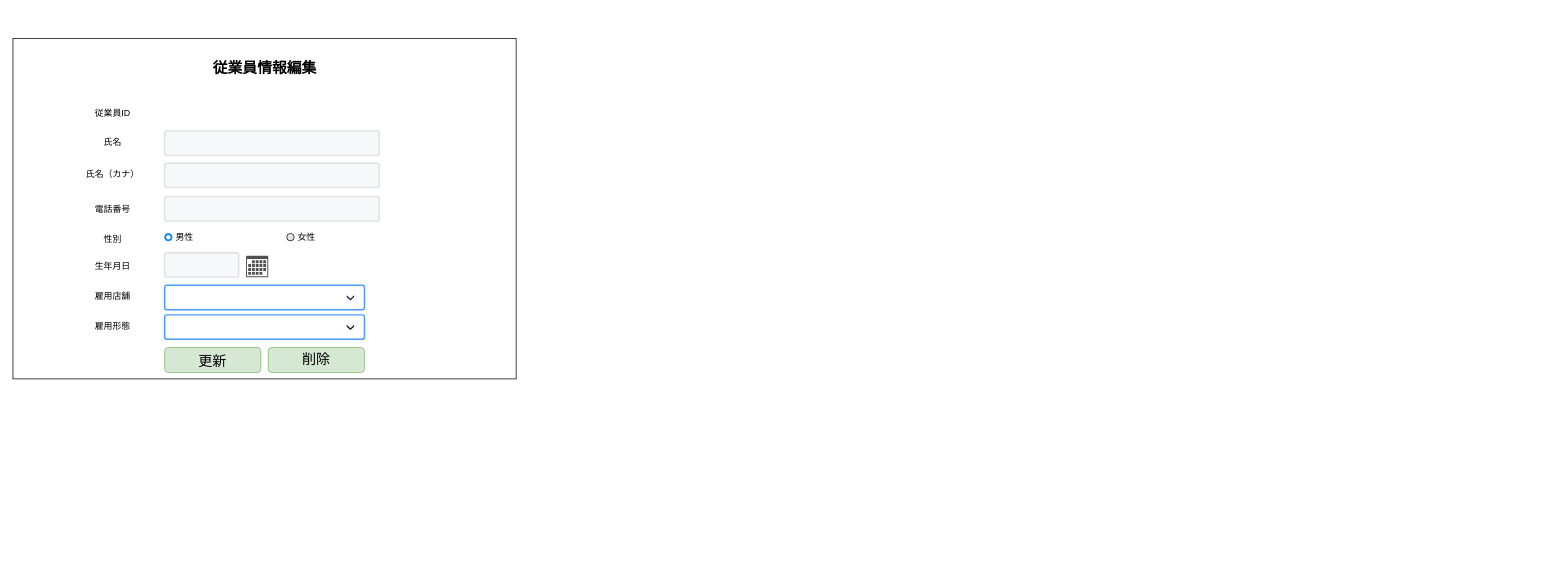
The draw.io diagram page "S01-04 従業員編集" (4 of 5) of 各種設計書/6.画面設計書/S01_従業員マスタ.drawio in HaruShim/Sotuken, before the edit. Source tidied: cells renumbered, new cells numbered last; positions are measured from the earlier drawing's top-left corner, leaving out a move shared by most shapes. Both pictures are drawn from the tidied source at 74%, with x=0, y=0 at pixel (13, 38).
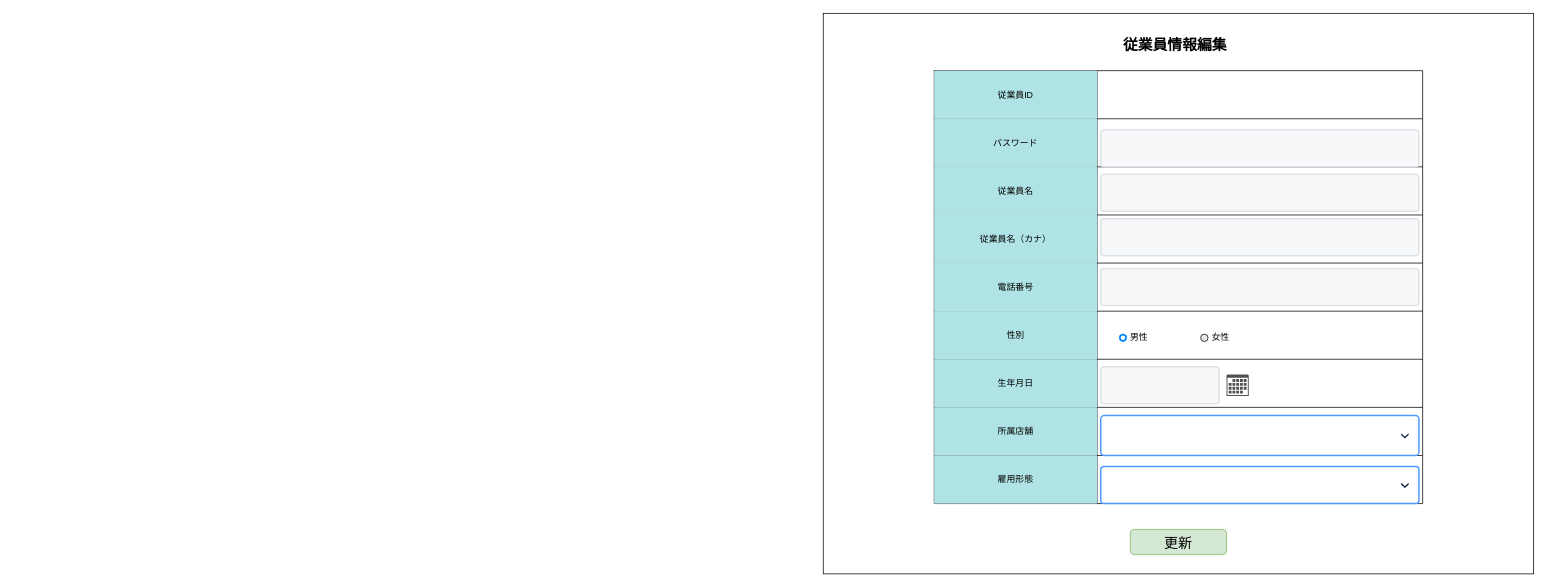
After the change.

Change to the diagram source:
```diff
@@
-    <mxCell id="2" style="rounded=0;whiteSpace=wrap;html=1;" parent="1" vertex="1">
-      <mxGeometry y="0.5" width="680" height="460" as="geometry" />
-    </mxCell>
+    <mxCell id="27" style="rounded=0;whiteSpace=wrap;html=1;" parent="1" vertex="1">
+      <mxGeometry x="1095" y="-33.5" width="960" height="757.5" as="geometry" />
+    </mxCell>
     <mxCell id="3" value="従業員情報編集" style="text;html=1;strokeColor=none;fillColor=none;align=center;verticalAlign=middle;whiteSpace=wrap;rounded=0;fontColor=default;fontStyle=1;fontSize=20;" parent="1" vertex="1">
-      <mxGeometry x="267.5" y="14" width="145" height="50" as="geometry" />
+      <mxGeometry x="1488.8" y="-16" width="162.5" height="50" as="geometry" />
     </mxCell>
+    <mxCell id="23" value="&lt;span style=&quot;font-size: 27px&quot;&gt;&lt;span style=&quot;font-size: 19px&quot;&gt;更新&lt;/span&gt;&lt;/span&gt;" style="rounded=1;whiteSpace=wrap;html=1;align=center;labelBackgroundColor=none;fillColor=#d5e8d4;strokeColor=#82b366;" parent="1" vertex="1">
+      <mxGeometry x="1510" y="664" width="130" height="34" as="geometry" />
+    </mxCell>
+    <mxCell id="28" style="shape=table;startSize=0;childLayout=tableLayout;" parent="1" vertex="1">
+      <mxGeometry x="1245" y="44" width="660" height="585" as="geometry" />
+    </mxCell>
+    <mxCell id="29" style="shape=partialRectangle;fillColor=none;top=0;left=0;bottom=0;right=0;" parent="28" vertex="1">
+      <mxGeometry width="660" height="65" as="geometry" />
+    </mxCell>
-    <mxCell id="4" value="従業員ID" style="text;html=1;strokeColor=none;fillColor=none;align=center;verticalAlign=middle;whiteSpace=wrap;rounded=0;" parent="1" vertex="1">
-      <mxGeometry x="105" y="87" width="60" height="30" as="geometry" />
+    <mxCell id="4" value="従業員ID" style="shape=partialRectangle;html=1;whiteSpace=wrap;overflow=hidden;fillColor=#b0e3e6;top=0;left=0;bottom=0;right=0;strokeColor=#0e8088;" parent="29" vertex="1">
+      <mxGeometry width="220" height="65" as="geometry" />
     </mxCell>
-    <mxCell id="5" value="氏名" style="text;html=1;strokeColor=none;fillColor=none;align=center;verticalAlign=middle;whiteSpace=wrap;rounded=0;" parent="1" vertex="1">
-      <mxGeometry x="105" y="125.5" width="60" height="30" as="geometry" />
-    </mxCell>
-    <mxCell id="6" style="rounded=1;arcSize=9;fillColor=#F7F8F9;align=left;spacingLeft=5;strokeColor=#DEE1E6;html=1;strokeWidth=2;fontSize=12;" parent="1" vertex="1">
-      <mxGeometry x="205" y="125.5" width="290" height="33" as="geometry" />
-    </mxCell>
-    <mxCell id="7" value="氏名（カナ）" style="text;html=1;strokeColor=none;fillColor=none;align=center;verticalAlign=middle;whiteSpace=wrap;rounded=0;" parent="1" vertex="1">
-      <mxGeometry x="85" y="169" width="100" height="30" as="geometry" />
-    </mxCell>
-    <mxCell id="8" style="rounded=1;arcSize=9;fillColor=#F7F8F9;align=left;spacingLeft=5;strokeColor=#DEE1E6;html=1;strokeWidth=2;fontSize=12;" parent="1" vertex="1">
-      <mxGeometry x="205" y="169" width="290" height="33" as="geometry" />
-    </mxCell>
+    <mxCell id="30" style="shape=partialRectangle;html=1;whiteSpace=wrap;overflow=hidden;fillColor=none;top=0;left=0;bottom=0;right=0;" parent="29" vertex="1">
+      <mxGeometry x="220" width="440" height="65" as="geometry" />
+    </mxCell>
+    <mxCell id="31" style="shape=partialRectangle;fillColor=none;top=0;left=0;bottom=0;right=0;" parent="28" vertex="1">
+      <mxGeometry y="65" width="660" height="65" as="geometry" />
+    </mxCell>
+    <mxCell id="32" value="パスワード" style="shape=partialRectangle;html=1;whiteSpace=wrap;overflow=hidden;fillColor=#b0e3e6;top=0;left=0;bottom=0;right=0;strokeColor=#0e8088;" parent="31" vertex="1">
+      <mxGeometry width="220" height="65" as="geometry" />
+    </mxCell>
+    <mxCell id="33" style="shape=partialRectangle;html=1;whiteSpace=wrap;overflow=hidden;fillColor=none;top=0;left=0;bottom=0;right=0;" parent="31" vertex="1">
+      <mxGeometry x="220" width="440" height="65" as="geometry" />
+    </mxCell>
+    <mxCell id="34" style="shape=partialRectangle;fillColor=none;top=0;left=0;bottom=0;right=0;" parent="28" vertex="1">
+      <mxGeometry y="130" width="660" height="65" as="geometry" />
+    </mxCell>
+    <mxCell id="35" value="従業員名" style="shape=partialRectangle;html=1;whiteSpace=wrap;overflow=hidden;fillColor=#b0e3e6;top=0;left=0;bottom=0;right=0;strokeColor=#0e8088;" parent="34" vertex="1">
+      <mxGeometry width="220" height="65" as="geometry" />
+    </mxCell>
+    <mxCell id="36" style="shape=partialRectangle;html=1;whiteSpace=wrap;overflow=hidden;fillColor=none;top=0;left=0;bottom=0;right=0;" parent="34" vertex="1">
+      <mxGeometry x="220" width="440" height="65" as="geometry" />
+    </mxCell>
+    <mxCell id="37" style="shape=partialRectangle;fillColor=none;top=0;left=0;bottom=0;right=0;" parent="28" vertex="1">
+      <mxGeometry y="195" width="660" height="65" as="geometry" />
+    </mxCell>
+    <mxCell id="38" value="従業員名（カナ）" style="shape=partialRectangle;html=1;whiteSpace=wrap;overflow=hidden;fillColor=#b0e3e6;top=0;left=0;bottom=0;right=0;strokeColor=#0e8088;" parent="37" vertex="1">
+      <mxGeometry width="220" height="65" as="geometry" />
+    </mxCell>
+    <mxCell id="39" style="shape=partialRectangle;html=1;whiteSpace=wrap;overflow=hidden;fillColor=none;top=0;left=0;bottom=0;right=0;" parent="37" vertex="1">
+      <mxGeometry x="220" width="440" height="65" as="geometry" />
+    </mxCell>
+    <mxCell id="40" style="shape=partialRectangle;fillColor=none;top=0;left=0;bottom=0;right=0;" parent="28" vertex="1">
+      <mxGeometry y="260" width="660" height="65" as="geometry" />
+    </mxCell>
-    <mxCell id="9" value="電話番号" style="text;html=1;strokeColor=none;fillColor=none;align=center;verticalAlign=middle;whiteSpace=wrap;rounded=0;" parent="1" vertex="1">
-      <mxGeometry x="105" y="217" width="60" height="30" as="geometry" />
+    <mxCell id="9" value="電話番号" style="shape=partialRectangle;html=1;whiteSpace=wrap;overflow=hidden;fillColor=#b0e3e6;top=0;left=0;bottom=0;right=0;strokeColor=#0e8088;" parent="40" vertex="1">
+      <mxGeometry width="220" height="65" as="geometry" />
     </mxCell>
-    <mxCell id="10" style="rounded=1;arcSize=9;fillColor=#F7F8F9;align=left;spacingLeft=5;strokeColor=#DEE1E6;html=1;strokeWidth=2;fontSize=12;" parent="1" vertex="1">
-      <mxGeometry x="205" y="214" width="290" height="33" as="geometry" />
-    </mxCell>
+    <mxCell id="41" style="shape=partialRectangle;html=1;whiteSpace=wrap;overflow=hidden;fillColor=none;top=0;left=0;bottom=0;right=0;" parent="40" vertex="1">
+      <mxGeometry x="220" width="440" height="65" as="geometry" />
+    </mxCell>
+    <mxCell id="42" style="shape=partialRectangle;fillColor=none;top=0;left=0;bottom=0;right=0;" parent="28" vertex="1">
+      <mxGeometry y="325" width="660" height="65" as="geometry" />
+    </mxCell>
-    <mxCell id="11" value="性別" style="text;html=1;strokeColor=none;fillColor=none;align=center;verticalAlign=middle;whiteSpace=wrap;rounded=0;" parent="1" vertex="1">
-      <mxGeometry x="105" y="257" width="60" height="30" as="geometry" />
+    <mxCell id="11" value="性別" style="shape=partialRectangle;html=1;whiteSpace=wrap;overflow=hidden;fillColor=#b0e3e6;top=0;left=0;bottom=0;right=0;strokeColor=#0e8088;" parent="42" vertex="1">
+      <mxGeometry width="220" height="65" as="geometry" />
     </mxCell>
+    <mxCell id="43" style="shape=partialRectangle;html=1;whiteSpace=wrap;overflow=hidden;fillColor=none;top=0;left=0;bottom=0;right=0;" parent="42" vertex="1">
+      <mxGeometry x="220" width="440" height="65" as="geometry" />
+    </mxCell>
+    <mxCell id="44" style="shape=partialRectangle;fillColor=none;top=0;left=0;bottom=0;right=0;" parent="28" vertex="1">
+      <mxGeometry y="390" width="660" height="65" as="geometry" />
+    </mxCell>
+    <mxCell id="14" value="生年月日" style="shape=partialRectangle;html=1;whiteSpace=wrap;overflow=hidden;fillColor=#b0e3e6;top=0;left=0;bottom=0;right=0;strokeColor=#0e8088;" parent="44" vertex="1">
+      <mxGeometry width="220" height="65" as="geometry" />
+    </mxCell>
+    <mxCell id="45" style="shape=partialRectangle;html=1;whiteSpace=wrap;overflow=hidden;fillColor=none;top=0;left=0;bottom=0;right=0;" parent="44" vertex="1">
+      <mxGeometry x="220" width="440" height="65" as="geometry" />
+    </mxCell>
+    <mxCell id="46" style="shape=partialRectangle;fillColor=none;top=0;left=0;bottom=0;right=0;" parent="28" vertex="1">
+      <mxGeometry y="455" width="660" height="65" as="geometry" />
+    </mxCell>
+    <mxCell id="47" value="所属店舗" style="shape=partialRectangle;html=1;whiteSpace=wrap;overflow=hidden;fillColor=#b0e3e6;top=0;left=0;bottom=0;right=0;strokeColor=#0e8088;" parent="46" vertex="1">
+      <mxGeometry width="220" height="65" as="geometry" />
+    </mxCell>
+    <mxCell id="48" style="shape=partialRectangle;html=1;whiteSpace=wrap;overflow=hidden;fillColor=none;top=0;left=0;bottom=0;right=0;" parent="46" vertex="1">
+      <mxGeometry x="220" width="440" height="65" as="geometry" />
+    </mxCell>
+    <mxCell id="49" style="shape=partialRectangle;fillColor=none;top=0;left=0;bottom=0;right=0;" parent="28" vertex="1">
+      <mxGeometry y="520" width="660" height="65" as="geometry" />
+    </mxCell>
+    <mxCell id="18" value="雇用形態" style="shape=partialRectangle;html=1;whiteSpace=wrap;overflow=hidden;fillColor=#b0e3e6;top=0;left=0;bottom=0;right=0;strokeColor=#0e8088;" parent="49" vertex="1">
+      <mxGeometry width="220" height="65" as="geometry" />
+    </mxCell>
+    <mxCell id="50" style="shape=partialRectangle;html=1;whiteSpace=wrap;overflow=hidden;fillColor=none;top=0;left=0;bottom=0;right=0;" parent="49" vertex="1">
+      <mxGeometry x="220" width="440" height="65" as="geometry" />
+    </mxCell>
     <mxCell id="12" value="男性" style="html=1;shadow=0;dashed=0;shape=mxgraph.bootstrap.radioButton2;labelPosition=right;verticalLabelPosition=middle;align=left;verticalAlign=middle;gradientColor=#DEDEDE;fillColor=#EDEDED;checked=1;spacing=5;checkedFill=#0085FC;checkedStroke=#ffffff;sketch=0;" parent="1" vertex="1">
-      <mxGeometry x="205" y="264" width="10" height="10" as="geometry" />
+      <mxGeometry x="1495" y="400" width="10" height="10" as="geometry" />
     </mxCell>
     <mxCell id="13" value="女性" style="html=1;shadow=0;dashed=0;shape=mxgraph.bootstrap.radioButton2;labelPosition=right;verticalLabelPosition=middle;align=left;verticalAlign=middle;gradientColor=#DEDEDE;fillColor=#EDEDED;checked=0;spacing=5;checkedFill=#0085FC;checkedStroke=#ffffff;sketch=0;" parent="1" vertex="1">
-      <mxGeometry x="370" y="264" width="10" height="10" as="geometry" />
+      <mxGeometry x="1605" y="400" width="10" height="10" as="geometry" />
     </mxCell>
-    <mxCell id="14" value="生年月日" style="text;html=1;strokeColor=none;fillColor=none;align=center;verticalAlign=middle;whiteSpace=wrap;rounded=0;" parent="1" vertex="1">
-      <mxGeometry x="105" y="293" width="60" height="30" as="geometry" />
-    </mxCell>
-    <mxCell id="15" style="rounded=1;arcSize=9;fillColor=#F7F8F9;align=left;spacingLeft=5;strokeColor=#DEE1E6;html=1;strokeWidth=2;fontSize=12;" parent="1" vertex="1">
-      <mxGeometry x="205" y="290" width="100" height="33" as="geometry" />
-    </mxCell>
-    <mxCell id="16" style="sketch=0;shadow=0;dashed=0;html=1;strokeColor=none;fillColor=#505050;labelPosition=center;verticalLabelPosition=bottom;verticalAlign=top;align=center;shape=mxgraph.office.concepts.calendar;" parent="1" vertex="1">
-      <mxGeometry x="315" y="294" width="30" height="29" as="geometry" />
-    </mxCell>
-    <mxCell id="17" value="雇用店舗" style="text;html=1;strokeColor=none;fillColor=none;align=center;verticalAlign=middle;whiteSpace=wrap;rounded=0;" parent="1" vertex="1">
-      <mxGeometry x="105" y="334" width="60" height="30" as="geometry" />
-    </mxCell>
-    <mxCell id="18" value="雇用形態" style="text;html=1;strokeColor=none;fillColor=none;align=center;verticalAlign=middle;whiteSpace=wrap;rounded=0;" parent="1" vertex="1">
-      <mxGeometry x="105" y="374" width="60" height="30" as="geometry" />
-    </mxCell>
-    <mxCell id="19" style="rounded=1;arcSize=9;fillColor=#ffffff;strokeColor=#4C9AFF;html=1;strokeWidth=2;spacingLeft=30;fontColor=#000000;align=left;" parent="1" vertex="1">
-      <mxGeometry x="205" y="334" width="270" height="33" as="geometry" />
-    </mxCell>
-    <mxCell id="20" style="shape=step;whiteSpace=wrap;html=1;rounded=0;strokeColor=none;strokeWidth=2;fillColor=#0A1E43;gradientColor=none;fontFamily=Verdana;fontSize=14;fontColor=#000000;align=left;direction=south;size=0.65;" parent="19" vertex="1">
-      <mxGeometry x="1" y="0.5" width="10" height="7" relative="1" as="geometry">
-        <mxPoint x="-24" y="-3" as="offset" />
-      </mxGeometry>
-    </mxCell>
-    <mxCell id="21" style="rounded=1;arcSize=9;fillColor=#ffffff;strokeColor=#4C9AFF;html=1;strokeWidth=2;spacingLeft=30;fontColor=#000000;align=left;" parent="1" vertex="1">
-      <mxGeometry x="205" y="374" width="270" height="33" as="geometry" />
-    </mxCell>
-    <mxCell id="22" style="shape=step;whiteSpace=wrap;html=1;rounded=0;strokeColor=none;strokeWidth=2;fillColor=#0A1E43;gradientColor=none;fontFamily=Verdana;fontSize=14;fontColor=#000000;align=left;direction=south;size=0.65;" parent="21" vertex="1">
-      <mxGeometry x="1" y="0.5" width="10" height="7" relative="1" as="geometry">
-        <mxPoint x="-24" y="-3" as="offset" />
-      </mxGeometry>
-    </mxCell>
-    <mxCell id="23" value="&lt;span style=&quot;font-size: 27px&quot;&gt;&lt;span style=&quot;font-size: 19px&quot;&gt;更新&lt;/span&gt;&lt;/span&gt;" style="rounded=1;whiteSpace=wrap;html=1;align=center;labelBackgroundColor=none;fillColor=#d5e8d4;strokeColor=#82b366;" parent="1" vertex="1">
-      <mxGeometry x="205" y="418" width="130" height="34" as="geometry" />
-    </mxCell>
-    <mxCell id="24" value="&lt;span style=&quot;font-size: 19px&quot;&gt;削除&lt;/span&gt;" style="rounded=1;whiteSpace=wrap;html=1;align=center;labelBackgroundColor=none;fillColor=#d5e8d4;strokeColor=#82b366;" parent="1" vertex="1">
-      <mxGeometry x="345" y="418" width="130" height="34" as="geometry" />
-    </mxCell>
+    <mxCell id="51" style="rounded=1;arcSize=9;fillColor=#F7F8F9;align=left;spacingLeft=5;strokeColor=#DEE1E6;html=1;strokeWidth=2;fontSize=12;" parent="1" vertex="1">
+      <mxGeometry x="1470" y="444" width="160" height="50" as="geometry" />
+    </mxCell>
+    <mxCell id="52" style="sketch=0;shadow=0;dashed=0;html=1;strokeColor=none;fillColor=#505050;labelPosition=center;verticalLabelPosition=bottom;verticalAlign=top;align=center;shape=mxgraph.office.concepts.calendar;" parent="1" vertex="1">
+      <mxGeometry x="1640" y="454.5" width="30" height="29" as="geometry" />
+    </mxCell>
+    <mxCell id="53" style="rounded=1;arcSize=9;fillColor=#ffffff;strokeColor=#4C9AFF;html=1;strokeWidth=2;spacingLeft=30;fontColor=#000000;align=left;" parent="1" vertex="1">
+      <mxGeometry x="1470" y="579" width="430" height="50" as="geometry" />
+    </mxCell>
+    <mxCell id="54" style="shape=step;whiteSpace=wrap;html=1;rounded=0;strokeColor=none;strokeWidth=2;fillColor=#0A1E43;gradientColor=none;fontFamily=Verdana;fontSize=14;fontColor=#000000;align=left;direction=south;size=0.65;" parent="53" vertex="1">
+      <mxGeometry x="1" y="0.5" width="10" height="7" relative="1" as="geometry">
+        <mxPoint x="-24" y="-3" as="offset" />
+      </mxGeometry>
+    </mxCell>
+    <mxCell id="55" style="rounded=1;arcSize=9;fillColor=#ffffff;strokeColor=#4C9AFF;html=1;strokeWidth=2;spacingLeft=30;fontColor=#000000;align=left;" parent="1" vertex="1">
+      <mxGeometry x="1470" y="510" width="430" height="54" as="geometry" />
+    </mxCell>
+    <mxCell id="56" style="shape=step;whiteSpace=wrap;html=1;rounded=0;strokeColor=none;strokeWidth=2;fillColor=#0A1E43;gradientColor=none;fontFamily=Verdana;fontSize=14;fontColor=#000000;align=left;direction=south;size=0.65;" parent="55" vertex="1">
+      <mxGeometry x="1" y="0.5" width="10" height="7" relative="1" as="geometry">
+        <mxPoint x="-24" y="-3" as="offset" />
+      </mxGeometry>
+    </mxCell>
+    <mxCell id="57" style="rounded=1;arcSize=9;fillColor=#F7F8F9;align=left;spacingLeft=5;strokeColor=#DEE1E6;html=1;strokeWidth=2;fontSize=12;" parent="1" vertex="1">
+      <mxGeometry x="1470" y="184" width="430" height="50" as="geometry" />
+    </mxCell>
+    <mxCell id="58" style="rounded=1;arcSize=9;fillColor=#F7F8F9;align=left;spacingLeft=5;strokeColor=#DEE1E6;html=1;strokeWidth=2;fontSize=12;" parent="1" vertex="1">
+      <mxGeometry x="1470" y="244" width="430" height="50" as="geometry" />
+    </mxCell>
+    <mxCell id="59" style="rounded=1;arcSize=9;fillColor=#F7F8F9;align=left;spacingLeft=5;strokeColor=#DEE1E6;html=1;strokeWidth=2;fontSize=12;" parent="1" vertex="1">
+      <mxGeometry x="1470" y="311.5" width="430" height="50" as="geometry" />
+    </mxCell>
+    <mxCell id="60" style="rounded=1;arcSize=9;fillColor=#F7F8F9;align=left;spacingLeft=5;strokeColor=#DEE1E6;html=1;strokeWidth=2;fontSize=12;" parent="1" vertex="1">
+      <mxGeometry x="1470" y="124" width="430" height="50" as="geometry" />
+    </mxCell>
```
